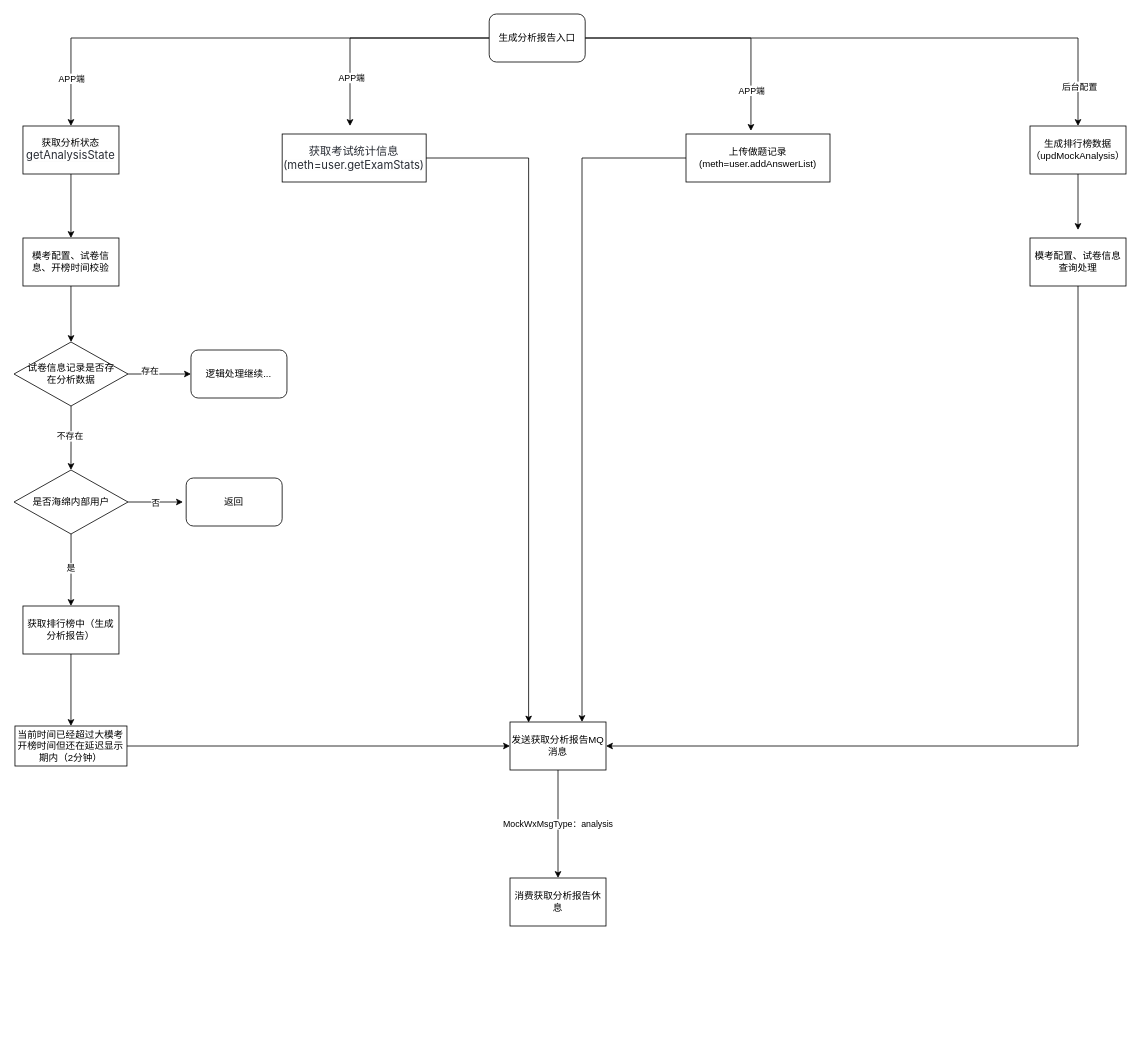
Earlier version of the draw.io diagram 海绵业务流程图/分析报告.drawio (YYB1024/myRemoteRepo). Source tidied: cells renumbered, new cells numbered last; positions are measured from the earlier drawing's top-left corner, leaving out a move shared by most shapes. Both pictures are drawn from the tidied source at 80%, with x=0, y=0 at pixel (14, 14).
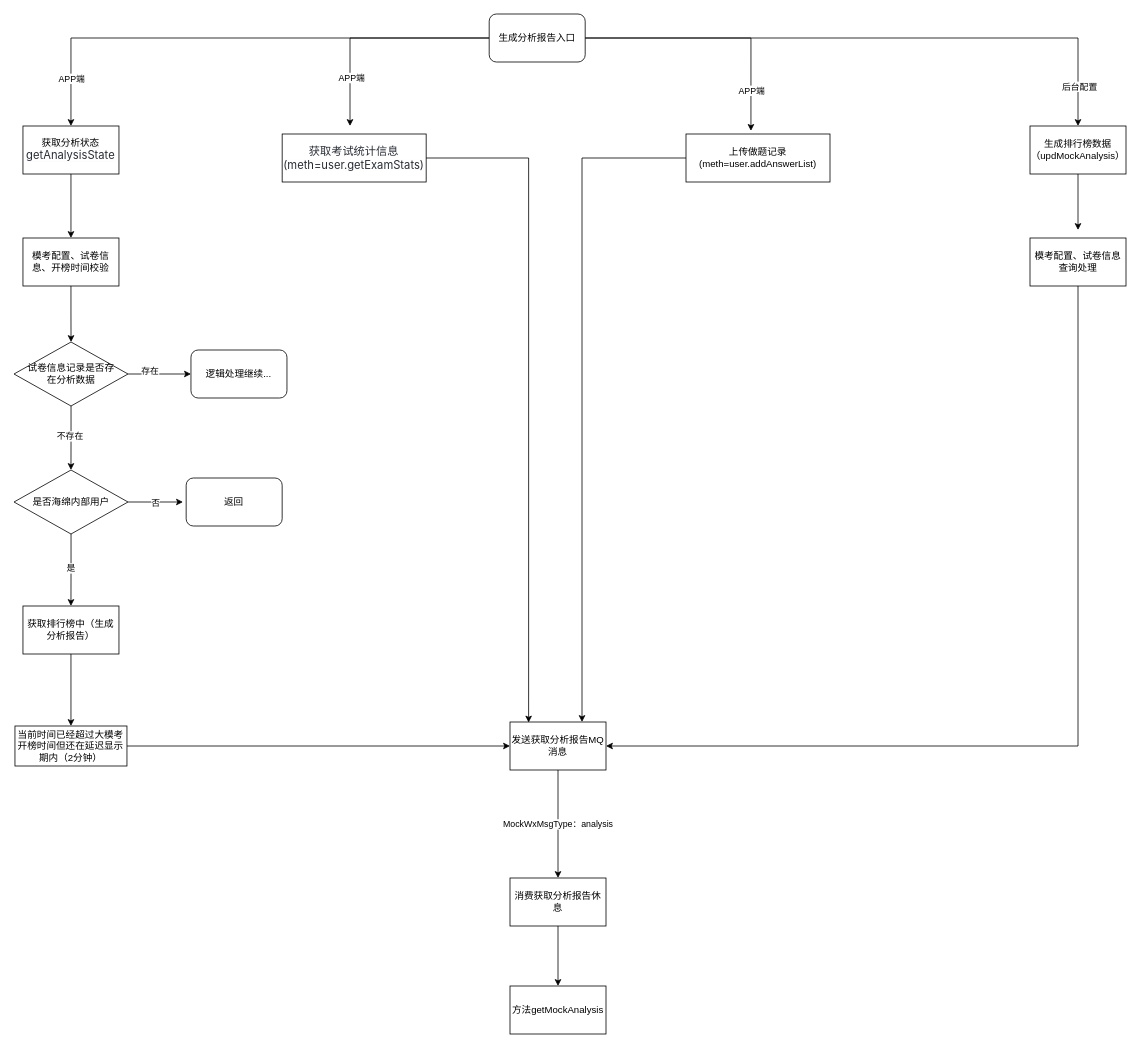
The same diagram, later.

Commit message:
更新分析报告.drawio

The change refers to these unchanged cells:
```xml
<mxCell id="31" value="消费获取分析报告休息" style="whiteSpace=wrap;html=1;rounded=0;" parent="1" vertex="1">
  <mxGeometry x="620" y="1080" width="120" height="60" as="geometry" />
</mxCell>
```

What changed in the source:
```diff
@@
+    <mxCell id="42" style="edgeStyle=orthogonalEdgeStyle;rounded=0;jettySize=auto;html=1;" parent="1" edge="1" source="31" target="43">
+      <mxGeometry relative="1" as="geometry" />
+    </mxCell>
@@
+    <mxCell id="43" value="&lt;span style=&quot;font-size: 12px;&quot;&gt;方法getMockAnalysis&lt;/span&gt;" style="whiteSpace=wrap;html=1;rounded=0;" parent="1" vertex="1">
+      <mxGeometry x="620" y="1215" width="120" height="60" as="geometry" />
+    </mxCell>
```
